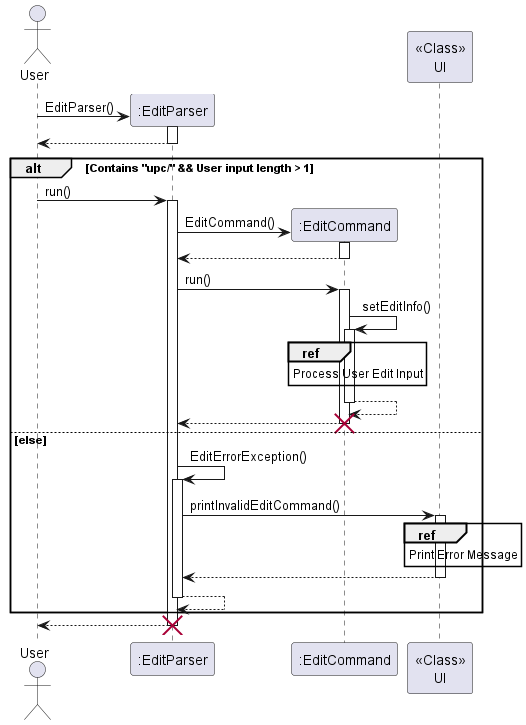
The PlantUML diagram docs/UML/Edit/EditParser.png in nus-cs2113-AY2223S2/tp, before a commit. The source it was exported from:
```plantuml
@startuml

actor User
User -> ":EditParser" **:EditParser()
activate ":EditParser"
":EditParser" --> User
deactivate ":EditParser"

alt Contains "upc/" && User input length > 1
    User -> ":EditParser": run()
    activate ":EditParser"
    ":EditParser" -> ":EditCommand" **:EditCommand()
    activate ":EditCommand"
    ":EditCommand" --> ":EditParser"
    deactivate ":EditCommand"
    ":EditParser" -> ":EditCommand" : run()
    activate ":EditCommand"
    ":EditCommand" -> ":EditCommand": setEditInfo()
    activate ":EditCommand"
    ref over ":EditCommand" : Process User Edit Input
    ":EditCommand" --> ":EditCommand"
    deactivate ":EditCommand"
    ":EditCommand" --> ":EditParser"
    deactivate ":EditCommand"
    destroy ":EditCommand"
else else
    ":EditParser" -> ":EditParser": EditErrorException()
    activate ":EditParser"
    ":EditParser" -> "<<Class>>\nUI": printInvalidEditCommand()
    activate "<<Class>>\nUI"
    ref over "<<Class>>\nUI": Print Error Message
    "<<Class>>\nUI" --> ":EditParser"
    deactivate "<<Class>>\nUI"
    ":EditParser" --> ":EditParser"
    deactivate ":EditParser"
end

":EditParser" --> User
deactivate ":EditParser"
destroy ":EditParser"
@enduml
```
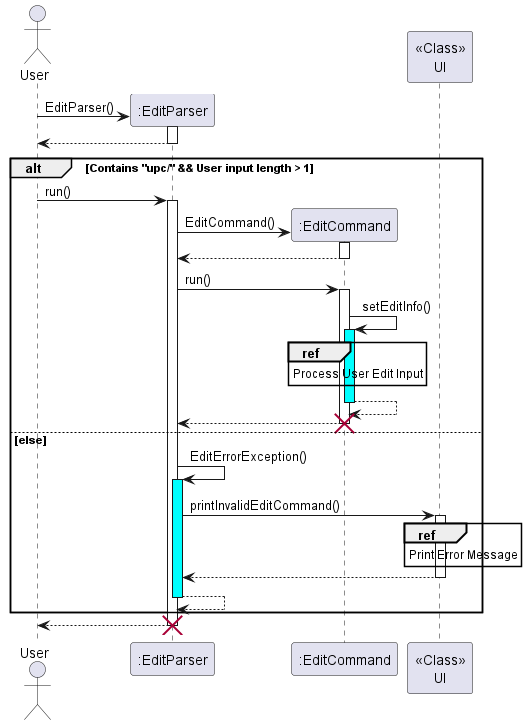
After the commit.

What changed in the source:
```diff
@@ -16,7 +16,7 @@
     ":EditParser" -> ":EditCommand" : run()
     activate ":EditCommand"
     ":EditCommand" -> ":EditCommand": setEditInfo()
-    activate ":EditCommand"
+    activate ":EditCommand" #Cyan
     ref over ":EditCommand" : Process User Edit Input
     ":EditCommand" --> ":EditCommand"
     deactivate ":EditCommand"
@@ -25,7 +25,7 @@
     destroy ":EditCommand"
 else else
     ":EditParser" -> ":EditParser": EditErrorException()
-    activate ":EditParser"
+    activate ":EditParser" #Cyan
     ":EditParser" -> "<<Class>>\nUI": printInvalidEditCommand()
     activate "<<Class>>\nUI"
     ref over "<<Class>>\nUI": Print Error Message
```
